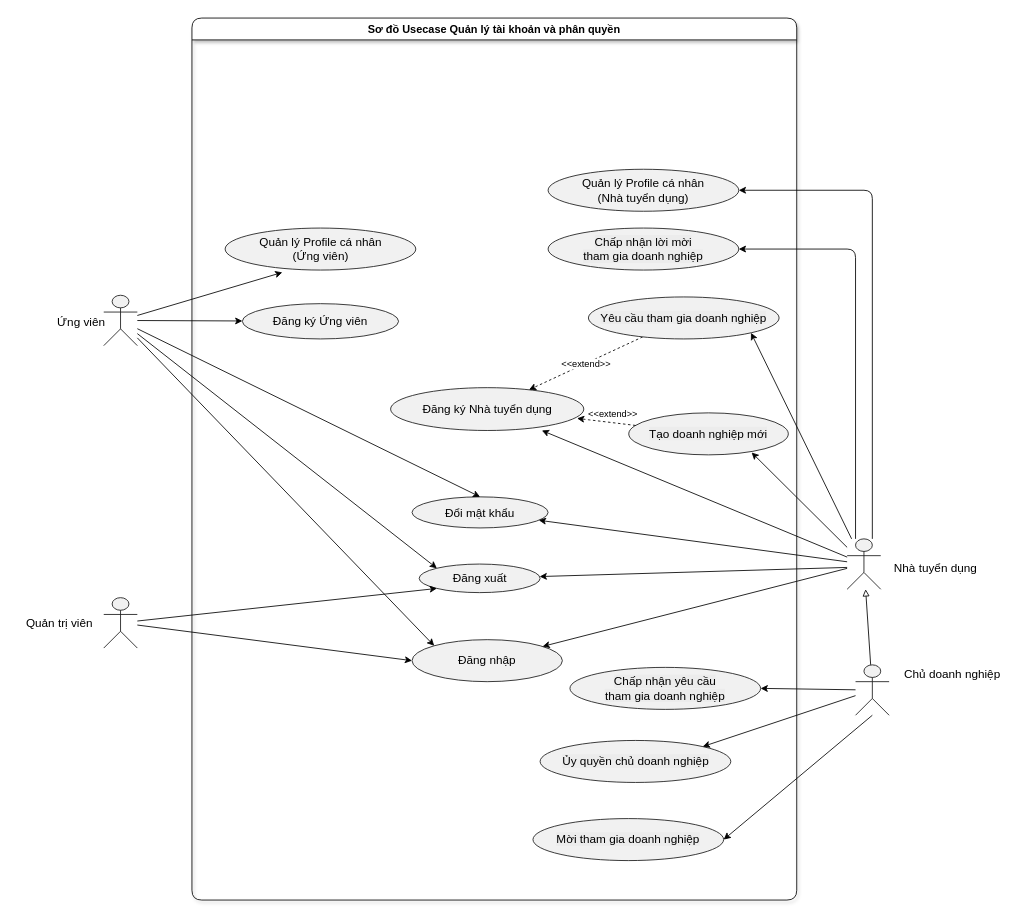
SE-Project-CTU/smart-recruitment-docs keeps this draw.io diagram as diagrams/usecase_account.drawio. Above is the earlier version. Source tidied: cells renumbered, new cells numbered last; positions are measured from the earlier drawing's top-left corner, leaving out a move shared by most shapes. Both pictures are drawn from the tidied source at 84%, with x=0, y=0 at pixel (13, 18).
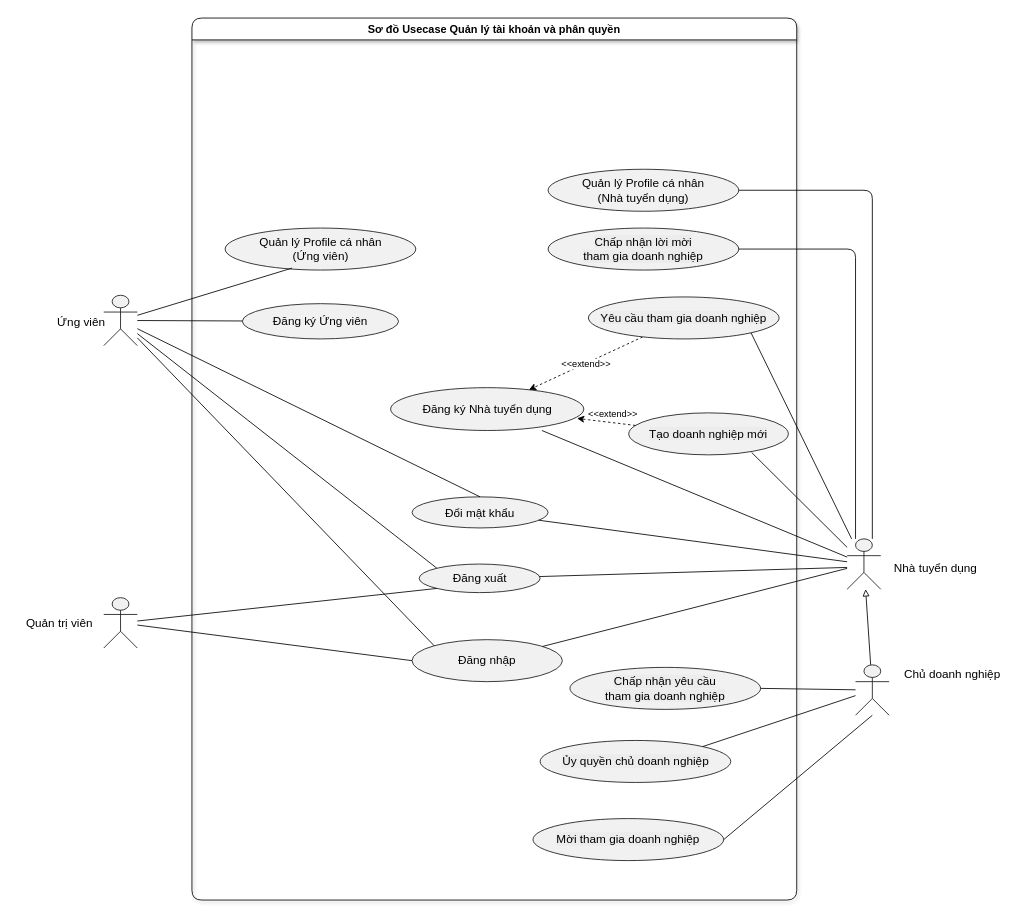
Above is the later version.

Commit message (it also covers changes not shown here):
refactor: use case diagram for Admin subsystem: Adjust cell properties and styles for clarity and consistency

The change refers to these unchanged cells:
```xml
<mxCell id="3" value="Đăng ký Ứng viên" style="ellipse;html=1;fillColor=#F1F1F1;strokeColor=#181818;whiteSpace=wrap;fontColor=#000000;fontSize=14;shadow=0;" parent="2" vertex="1">
  <mxGeometry x="60" y="340" width="186" height="42" as="geometry" />
</mxCell>
<mxCell id="4" value="Đăng ký Nhà tuyển dụng" style="ellipse;html=1;fillColor=#F1F1F1;strokeColor=#181818;whiteSpace=wrap;fontColor=#000000;fontSize=14;shadow=0;" parent="2" vertex="1">
  <mxGeometry x="236.5" y="440" width="230" height="51" as="geometry" />
</mxCell>
<mxCell id="5" value="Đăng nhập" style="ellipse;html=1;fillColor=#F1F1F1;strokeColor=#181818;whiteSpace=wrap;fontColor=#000000;fontSize=14;shadow=0;" parent="2" vertex="1">
  <mxGeometry x="262" y="740" width="179" height="50" as="geometry" />
</mxCell>
<mxCell id="6" value="Đăng xuất" style="ellipse;html=1;fillColor=#F1F1F1;strokeColor=#181818;whiteSpace=wrap;fontColor=#000000;fontSize=14;shadow=0;" parent="2" vertex="1">
  <mxGeometry x="270.5" y="650" width="144" height="34" as="geometry" />
</mxCell>
<mxCell id="7" value="Quản lý Profile cá nhân&lt;br&gt;(Ứng viên)" style="ellipse;html=1;fillColor=#F1F1F1;strokeColor=#181818;whiteSpace=wrap;fontColor=#000000;fontSize=14;shadow=0;" parent="2" vertex="1">
  <mxGeometry x="39.5" y="250" width="227" height="50" as="geometry" />
</mxCell>
<mxCell id="8" value="Đổi mật khẩu" style="ellipse;html=1;fillColor=#F1F1F1;strokeColor=#181818;whiteSpace=wrap;fontColor=#000000;fontSize=14;shadow=0;" parent="2" vertex="1">
  <mxGeometry x="262" y="570" width="162" height="37" as="geometry" />
</mxCell>
<mxCell id="9" value="Quản lý Profile cá nhân&lt;br&gt;(Nhà tuyển dụng)" style="ellipse;html=1;fillColor=#F1F1F1;strokeColor=#181818;whiteSpace=wrap;fontColor=#000000;fontSize=14;shadow=0;" parent="2" vertex="1">
  <mxGeometry x="424" y="180" width="227" height="50" as="geometry" />
</mxCell>
<mxCell id="10" value="&lt;span style=&quot;background-color: rgb(236, 236, 236);&quot;&gt;Tạo doanh nghiệp mới&lt;/span&gt;" style="ellipse;html=1;fillColor=#F1F1F1;strokeColor=#181818;whiteSpace=wrap;fontColor=#000000;fontSize=14;shadow=0;" parent="2" vertex="1">
  <mxGeometry x="520" y="470" width="190" height="50" as="geometry" />
</mxCell>
<mxCell id="13" value="&lt;span style=&quot;background-color: rgb(236, 236, 236);&quot;&gt;Yêu cầu tham gia doanh nghiệp&lt;/span&gt;" style="ellipse;html=1;fillColor=#F1F1F1;strokeColor=#181818;whiteSpace=wrap;fontColor=#000000;fontSize=14;shadow=0;" parent="2" vertex="1">
  <mxGeometry x="472" y="332" width="227" height="50" as="geometry" />
</mxCell>
<mxCell id="14" value="&lt;span style=&quot;background-color: rgb(236, 236, 236);&quot;&gt;Mời tham gia doanh nghiệp&lt;/span&gt;" style="ellipse;html=1;fillColor=#F1F1F1;strokeColor=#181818;whiteSpace=wrap;fontColor=#000000;fontSize=14;shadow=0;" parent="2" vertex="1">
  <mxGeometry x="406" y="953" width="227" height="50" as="geometry" />
</mxCell>
<mxCell id="17" value="&lt;span style=&quot;background-color: rgb(236, 236, 236);&quot;&gt;Chấp nhận lời mời&lt;br&gt;tham gia doanh nghiệp&lt;/span&gt;" style="ellipse;html=1;fillColor=#F1F1F1;strokeColor=#181818;whiteSpace=wrap;fontColor=#000000;fontSize=14;shadow=0;" parent="2" vertex="1">
  <mxGeometry x="424" y="250" width="227" height="50" as="geometry" />
</mxCell>
<mxCell id="18" value="&lt;span style=&quot;background-color: rgb(236, 236, 236);&quot;&gt;Ủy quyền chủ doanh nghiệp&lt;/span&gt;" style="ellipse;html=1;fillColor=#F1F1F1;strokeColor=#181818;whiteSpace=wrap;fontColor=#000000;fontSize=14;shadow=0;" parent="2" vertex="1">
  <mxGeometry x="414.5" y="860" width="227" height="50" as="geometry" />
</mxCell>
<mxCell id="19" value="&lt;span style=&quot;background-color: rgb(236, 236, 236);&quot;&gt;Chấp nhận yêu cầu&lt;br&gt;tham gia doanh nghiệp&lt;/span&gt;" style="ellipse;html=1;fillColor=#F1F1F1;strokeColor=#181818;whiteSpace=wrap;fontColor=#000000;fontSize=14;shadow=0;" parent="2" vertex="1">
  <mxGeometry x="450" y="773" width="227" height="50" as="geometry" />
</mxCell>
<mxCell id="22" style="shape=umlActor;html=1;fillColor=#F1F1F1;strokeColor=#181818;fontColor=#000000;fontSize=14;shadow=0;" parent="1" vertex="1">
  <mxGeometry x="107" y="690" width="40" height="60" as="geometry" />
</mxCell>
<mxCell id="28" style="shape=umlActor;html=1;fillColor=#F1F1F1;strokeColor=#181818;fontColor=#000000;fontSize=14;shadow=0;" parent="1" vertex="1">
  <mxGeometry x="107" y="330" width="40" height="60" as="geometry" />
</mxCell>
<mxCell id="36" style="shape=umlActor;html=1;fillColor=#F1F1F1;strokeColor=#181818;fontColor=#000000;fontSize=14;shadow=0;" parent="1" vertex="1">
  <mxGeometry x="992" y="620" width="40" height="60" as="geometry" />
</mxCell>
<mxCell id="45" style="shape=umlActor;html=1;fillColor=#F1F1F1;strokeColor=#181818;fontColor=#000000;fontSize=14;shadow=0;" parent="1" vertex="1">
  <mxGeometry x="1002" y="770" width="40" height="60" as="geometry" />
</mxCell>
```

What changed in the source:
```diff
@@
-    <mxCell id="20" style="edgeStyle=none;html=1;entryX=0;entryY=0.5;entryDx=0;entryDy=0;" parent="1" edge="1" source="22" target="5">
+    <mxCell id="20" style="edgeStyle=none;html=1;entryX=0;entryY=0.5;entryDx=0;entryDy=0;endArrow=none;endFill=0;" parent="1" edge="1" source="22" target="5">
       <mxGeometry relative="1" as="geometry" />
     </mxCell>
-    <mxCell id="21" style="edgeStyle=none;html=1;entryX=0;entryY=1;entryDx=0;entryDy=0;" parent="1" edge="1" source="22" target="6">
+    <mxCell id="21" style="edgeStyle=none;html=1;entryX=0;entryY=1;entryDx=0;entryDy=0;endArrow=none;endFill=0;" parent="1" edge="1" source="22" target="6">
       <mxGeometry relative="1" as="geometry" />
     </mxCell>
@@
-    <mxCell id="24" style="edgeStyle=none;html=1;entryX=0;entryY=0;entryDx=0;entryDy=0;" parent="1" edge="1" source="28" target="5">
+    <mxCell id="24" style="edgeStyle=none;html=1;entryX=0;entryY=0;entryDx=0;entryDy=0;endArrow=none;endFill=0;" parent="1" edge="1" source="28" target="5">
       <mxGeometry relative="1" as="geometry" />
     </mxCell>
-    <mxCell id="25" style="edgeStyle=none;html=1;entryX=0;entryY=0;entryDx=0;entryDy=0;" parent="1" edge="1" source="28" target="6">
+    <mxCell id="25" style="edgeStyle=none;html=1;entryX=0;entryY=0;entryDx=0;entryDy=0;endArrow=none;endFill=0;" parent="1" edge="1" source="28" target="6">
       <mxGeometry relative="1" as="geometry" />
     </mxCell>
-    <mxCell id="26" style="edgeStyle=none;html=1;entryX=0.5;entryY=0;entryDx=0;entryDy=0;" parent="1" edge="1" source="28" target="8">
+    <mxCell id="26" style="edgeStyle=none;html=1;entryX=0.5;entryY=0;entryDx=0;entryDy=0;endArrow=none;endFill=0;" parent="1" edge="1" source="28" target="8">
       <mxGeometry relative="1" as="geometry" />
     </mxCell>
-    <mxCell id="27" style="edgeStyle=none;html=1;" parent="1" edge="1" source="28" target="3">
+    <mxCell id="27" style="edgeStyle=none;html=1;endArrow=none;endFill=0;" parent="1" edge="1" source="28" target="3">
       <mxGeometry relative="1" as="geometry" />
     </mxCell>
@@
-    <mxCell id="30" style="edgeStyle=none;html=1;" parent="1" edge="1" source="36" target="5">
+    <mxCell id="30" style="edgeStyle=none;html=1;endArrow=none;endFill=0;" parent="1" edge="1" source="36" target="5">
       <mxGeometry relative="1" as="geometry" />
     </mxCell>
-    <mxCell id="31" style="edgeStyle=none;html=1;" parent="1" edge="1" source="36" target="8">
+    <mxCell id="31" style="edgeStyle=none;html=1;endArrow=none;endFill=0;" parent="1" edge="1" source="36" target="8">
       <mxGeometry relative="1" as="geometry" />
     </mxCell>
-    <mxCell id="32" style="edgeStyle=none;html=1;entryX=1;entryY=1;entryDx=0;entryDy=0;" parent="1" edge="1" source="36" target="13">
+    <mxCell id="32" style="edgeStyle=none;html=1;entryX=1;entryY=1;entryDx=0;entryDy=0;endArrow=none;endFill=0;" parent="1" edge="1" source="36" target="13">
       <mxGeometry relative="1" as="geometry" />
     </mxCell>
-    <mxCell id="33" style="html=1;entryX=1;entryY=0.5;entryDx=0;entryDy=0;" parent="1" edge="1" target="14">
+    <mxCell id="33" style="html=1;entryX=1;entryY=0.5;entryDx=0;entryDy=0;endArrow=none;endFill=0;" parent="1" edge="1" target="14">
       <mxGeometry relative="1" as="geometry">
         <mxPoint x="1022" y="830" as="sourcePoint" />
       </mxGeometry>
     </mxCell>
-    <mxCell id="34" style="edgeStyle=orthogonalEdgeStyle;html=1;entryX=1;entryY=0.5;entryDx=0;entryDy=0;" parent="1" edge="1" source="36" target="9">
+    <mxCell id="34" style="edgeStyle=orthogonalEdgeStyle;html=1;entryX=1;entryY=0.5;entryDx=0;entryDy=0;endArrow=none;endFill=0;" parent="1" edge="1" source="36" target="9">
       <mxGeometry relative="1" as="geometry">
         <Array as="points">
           <mxPoint x="1022" y="205" />
         </Array>
       </mxGeometry>
     </mxCell>
-    <mxCell id="35" style="edgeStyle=orthogonalEdgeStyle;html=1;entryX=1;entryY=0.5;entryDx=0;entryDy=0;" parent="1" edge="1" source="36" target="17">
+    <mxCell id="35" style="edgeStyle=orthogonalEdgeStyle;html=1;entryX=1;entryY=0.5;entryDx=0;entryDy=0;endArrow=none;endFill=0;" parent="1" edge="1" source="36" target="17">
       <mxGeometry relative="1" as="geometry">
         <Array as="points">
           <mxPoint x="1002" y="275" />
         </Array>
       </mxGeometry>
     </mxCell>
@@
-    <mxCell id="37" style="edgeStyle=none;html=1;" parent="1" edge="1" target="6">
+    <mxCell id="37" style="edgeStyle=none;html=1;endArrow=none;endFill=0;" parent="1" edge="1" target="6">
       <mxGeometry relative="1" as="geometry">
         <mxPoint x="992" y="654" as="sourcePoint" />
       </mxGeometry>
     </mxCell>
@@
-    <mxCell id="39" style="edgeStyle=none;html=1;entryX=0.783;entryY=1;entryDx=0;entryDy=0;entryPerimeter=0;" parent="1" edge="1" source="36" target="4">
+    <mxCell id="39" style="edgeStyle=none;html=1;entryX=0.783;entryY=1;entryDx=0;entryDy=0;entryPerimeter=0;endArrow=none;endFill=0;" parent="1" edge="1" source="36" target="4">
       <mxGeometry relative="1" as="geometry" />
     </mxCell>
-    <mxCell id="40" style="edgeStyle=none;html=1;entryX=0.77;entryY=0.943;entryDx=0;entryDy=0;entryPerimeter=0;" parent="1" edge="1" source="36" target="10">
+    <mxCell id="40" style="edgeStyle=none;html=1;entryX=0.77;entryY=0.943;entryDx=0;entryDy=0;entryPerimeter=0;endArrow=none;endFill=0;" parent="1" edge="1" source="36" target="10">
       <mxGeometry relative="1" as="geometry" />
     </mxCell>
-    <mxCell id="41" style="edgeStyle=none;html=1;entryX=0.3;entryY=1.056;entryDx=0;entryDy=0;entryPerimeter=0;" parent="1" edge="1" source="28" target="7">
+    <mxCell id="41" style="edgeStyle=none;html=1;entryX=0.351;entryY=0.953;entryDx=0;entryDy=0;entryPerimeter=0;endArrow=none;endFill=0;" parent="1" edge="1" source="28" target="7">
       <mxGeometry relative="1" as="geometry" />
     </mxCell>
@@
-    <mxCell id="43" style="edgeStyle=none;html=1;entryX=1;entryY=0;entryDx=0;entryDy=0;" parent="1" edge="1" source="45" target="18">
+    <mxCell id="43" style="edgeStyle=none;html=1;entryX=1;entryY=0;entryDx=0;entryDy=0;endArrow=none;endFill=0;" parent="1" edge="1" source="45" target="18">
       <mxGeometry relative="1" as="geometry" />
     </mxCell>
-    <mxCell id="44" style="edgeStyle=none;html=1;entryX=1;entryY=0.5;entryDx=0;entryDy=0;" parent="1" edge="1" source="45" target="19">
+    <mxCell id="44" style="edgeStyle=none;html=1;entryX=1;entryY=0.5;entryDx=0;entryDy=0;endArrow=none;endFill=0;" parent="1" edge="1" source="45" target="19">
       <mxGeometry relative="1" as="geometry" />
     </mxCell>
```
